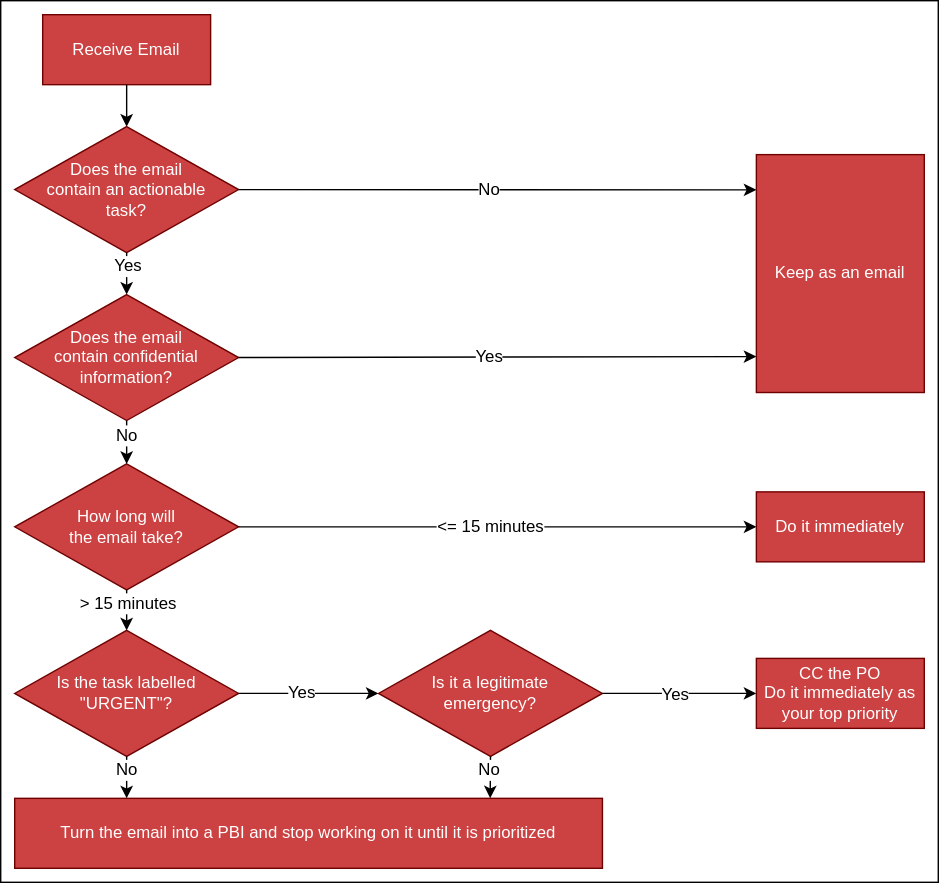
Above: rules/turn-emails-into-pbis/urgent-flowchart.drawio.svg in SSWConsulting/SSW.Rules.Content (draw.io), before the change. Source tidied: cells renumbered, new cells last; positions are measured from the earlier drawing's top-left corner, leaving out a move shared by most shapes.
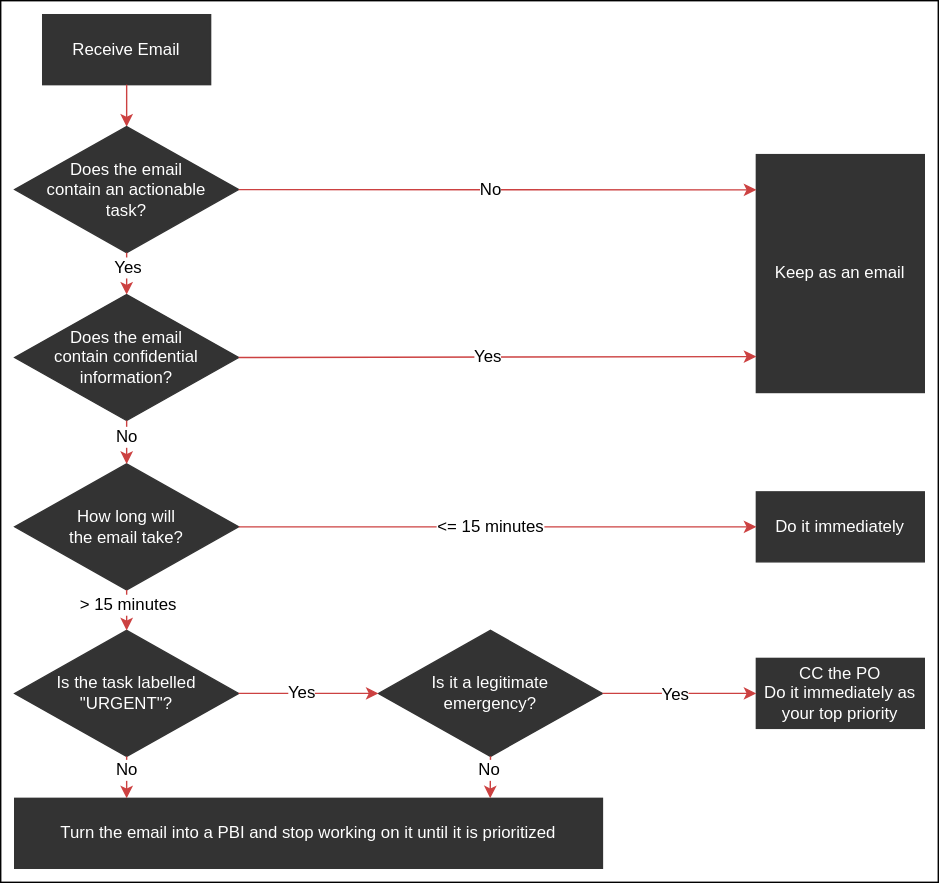
After the change.

Commit message:
Improves flowchart colors.

The edit, as a diff of the source:
```diff
@@ -5,16 +5,16 @@
     <mxCell id="2" style="rounded=0;whiteSpace=wrap;html=1;" parent="1" vertex="1">
       <mxGeometry width="670" height="630" as="geometry" />
     </mxCell>
-    <mxCell id="3" value="Receive Email" style="rounded=0;whiteSpace=wrap;html=1;fillColor=#CC4141;fontColor=#ffffff;strokeColor=#6F0000;" parent="1" vertex="1">
+    <mxCell id="3" value="Receive Email" style="rounded=0;whiteSpace=wrap;html=1;fillColor=#333333;fontColor=#ffffff;strokeColor=#333333;" parent="1" vertex="1">
       <mxGeometry x="30" y="10" width="120" height="50" as="geometry" />
     </mxCell>
-    <mxCell id="4" value="How long will&lt;br&gt;the email take?" style="rhombus;whiteSpace=wrap;html=1;fillColor=#CC4141;fontColor=#ffffff;strokeColor=#6F0000;" parent="1" vertex="1">
+    <mxCell id="4" value="How long will&lt;br&gt;the email take?" style="rhombus;whiteSpace=wrap;html=1;fillColor=#333333;fontColor=#ffffff;strokeColor=#333333;" parent="1" vertex="1">
       <mxGeometry x="10" y="331" width="160" height="90" as="geometry" />
     </mxCell>
-    <mxCell id="5" value="Do it immediately" style="rounded=0;whiteSpace=wrap;html=1;fillColor=#CC4141;fontColor=#ffffff;strokeColor=#6F0000;" parent="1" vertex="1">
+    <mxCell id="5" value="Do it immediately" style="rounded=0;whiteSpace=wrap;html=1;fillColor=#333333;fontColor=#ffffff;strokeColor=#333333;" parent="1" vertex="1">
       <mxGeometry x="540" y="351" width="120" height="50" as="geometry" />
     </mxCell>
-    <mxCell id="6" style="endArrow=classic;html=1;exitX=1;exitY=0.5;exitDx=0;exitDy=0;entryX=0;entryY=0.5;entryDx=0;entryDy=0;" parent="1" edge="1" source="4" target="5">
+    <mxCell id="6" style="endArrow=classic;html=1;exitX=1;exitY=0.5;exitDx=0;exitDy=0;entryX=0;entryY=0.5;entryDx=0;entryDy=0;strokeColor=#CC4141;" parent="1" edge="1" source="4" target="5">
       <mxGeometry relative="1" as="geometry" />
     </mxCell>
     <mxCell id="7" value="&amp;lt;= 15 minutes" style="edgeLabel;html=1;align=center;verticalAlign=middle;fontSize=12;" parent="6" vertex="1">
@@ -22,13 +22,13 @@
         <mxPoint x="-62" y="3" as="offset" />
       </mxGeometry>
     </mxCell>
-    <mxCell id="8" style="endArrow=classic;html=1;exitX=0.5;exitY=1;exitDx=0;exitDy=0;entryX=0.5;entryY=0;entryDx=0;entryDy=0;" parent="1" edge="1" source="3" target="24">
+    <mxCell id="8" style="endArrow=classic;html=1;exitX=0.5;exitY=1;exitDx=0;exitDy=0;entryX=0.5;entryY=0;entryDx=0;entryDy=0;strokeColor=#CC4141;" parent="1" edge="1" source="3" target="24">
       <mxGeometry relative="1" as="geometry" />
     </mxCell>
-    <mxCell id="9" value="Is the task labelled&lt;br&gt;&quot;URGENT&quot;?" style="rhombus;whiteSpace=wrap;html=1;fillColor=#CC4141;fontColor=#ffffff;strokeColor=#6F0000;" parent="1" vertex="1">
+    <mxCell id="9" value="Is the task labelled&lt;br&gt;&quot;URGENT&quot;?" style="rhombus;whiteSpace=wrap;html=1;fillColor=#333333;fontColor=#ffffff;strokeColor=#333333;" parent="1" vertex="1">
       <mxGeometry x="10" y="450" width="160" height="90" as="geometry" />
     </mxCell>
-    <mxCell id="10" style="endArrow=classic;html=1;entryX=0.5;entryY=0;entryDx=0;entryDy=0;exitX=0.5;exitY=1;exitDx=0;exitDy=0;" parent="1" edge="1" source="4" target="9">
+    <mxCell id="10" style="endArrow=classic;html=1;entryX=0.5;entryY=0;entryDx=0;entryDy=0;exitX=0.5;exitY=1;exitDx=0;exitDy=0;strokeColor=#CC4141;" parent="1" edge="1" source="4" target="9">
       <mxGeometry relative="1" as="geometry" />
     </mxCell>
     <mxCell id="11" value="&amp;gt; 15 minutes" style="edgeLabel;html=1;align=center;verticalAlign=middle;fontSize=12;" parent="10" vertex="1">
@@ -36,10 +36,10 @@
         <mxPoint y="-12" as="offset" />
       </mxGeometry>
     </mxCell>
-    <mxCell id="12" value="Is it a legitimate&lt;br&gt;emergency?" style="rhombus;whiteSpace=wrap;html=1;fillColor=#CC4141;fontColor=#ffffff;strokeColor=#6F0000;" parent="1" vertex="1">
+    <mxCell id="12" value="Is it a legitimate&lt;br&gt;emergency?" style="rhombus;whiteSpace=wrap;html=1;fillColor=#333333;fontColor=#ffffff;strokeColor=#333333;" parent="1" vertex="1">
       <mxGeometry x="270" y="450" width="160" height="90" as="geometry" />
     </mxCell>
-    <mxCell id="13" style="endArrow=classic;html=1;exitX=1;exitY=0.5;exitDx=0;exitDy=0;entryX=0;entryY=0.5;entryDx=0;entryDy=0;" parent="1" edge="1" source="9" target="12">
+    <mxCell id="13" style="endArrow=classic;html=1;exitX=1;exitY=0.5;exitDx=0;exitDy=0;entryX=0;entryY=0.5;entryDx=0;entryDy=0;strokeColor=#CC4141;" parent="1" edge="1" source="9" target="12">
       <mxGeometry relative="1" as="geometry" />
     </mxCell>
     <mxCell id="14" value="Yes" style="edgeLabel;html=1;align=center;verticalAlign=middle;fontSize=12;" parent="13" vertex="1">
@@ -47,10 +47,10 @@
         <mxPoint x="22" as="offset" />
       </mxGeometry>
     </mxCell>
-    <mxCell id="15" value="CC the PO&lt;br&gt;Do it immediately as your top priority" style="rounded=0;whiteSpace=wrap;html=1;fillColor=#CC4141;fontColor=#ffffff;strokeColor=#6F0000;" parent="1" vertex="1">
+    <mxCell id="15" value="CC the PO&lt;br&gt;Do it immediately as your top priority" style="rounded=0;whiteSpace=wrap;html=1;fillColor=#333333;fontColor=#ffffff;strokeColor=#333333;" parent="1" vertex="1">
       <mxGeometry x="540" y="470" width="120" height="50" as="geometry" />
     </mxCell>
-    <mxCell id="16" style="endArrow=classic;html=1;exitX=1;exitY=0.5;exitDx=0;exitDy=0;entryX=0;entryY=0.5;entryDx=0;entryDy=0;" parent="1" edge="1" source="12" target="15">
+    <mxCell id="16" style="endArrow=classic;html=1;exitX=1;exitY=0.5;exitDx=0;exitDy=0;entryX=0;entryY=0.5;entryDx=0;entryDy=0;strokeColor=#CC4141;" parent="1" edge="1" source="12" target="15">
       <mxGeometry relative="1" as="geometry" />
     </mxCell>
     <mxCell id="17" value="Yes" style="edgeLabel;html=1;align=center;verticalAlign=middle;fontSize=12;" parent="16" vertex="1">
@@ -58,10 +58,10 @@
         <mxPoint x="-29" y="-1" as="offset" />
       </mxGeometry>
     </mxCell>
-    <mxCell id="18" value="Turn the email into a PBI and stop working on it until it is prioritized" style="rounded=0;whiteSpace=wrap;html=1;fillColor=#CC4141;fontColor=#ffffff;strokeColor=#6F0000;" parent="1" vertex="1">
+    <mxCell id="18" value="Turn the email into a PBI and stop working on it until it is prioritized" style="rounded=0;whiteSpace=wrap;html=1;fillColor=#333333;fontColor=#FFFFFF;strokeColor=#333333;" parent="1" vertex="1">
       <mxGeometry x="10" y="570" width="420" height="50" as="geometry" />
     </mxCell>
-    <mxCell id="19" style="endArrow=classic;html=1;exitX=0.5;exitY=1;exitDx=0;exitDy=0;" parent="1" edge="1" source="9">
+    <mxCell id="19" style="endArrow=classic;html=1;exitX=0.5;exitY=1;exitDx=0;exitDy=0;strokeColor=#CC4141;" parent="1" edge="1" source="9">
       <mxGeometry relative="1" as="geometry">
         <mxPoint x="90" y="570" as="targetPoint" />
       </mxGeometry>
@@ -71,7 +71,7 @@
         <mxPoint y="-11" as="offset" />
       </mxGeometry>
     </mxCell>
-    <mxCell id="21" style="endArrow=classic;html=1;exitX=0.5;exitY=1;exitDx=0;exitDy=0;entryX=0.809;entryY=-0.001;entryDx=0;entryDy=0;entryPerimeter=0;" parent="1" edge="1" source="12" target="18">
+    <mxCell id="21" style="endArrow=classic;html=1;exitX=0.5;exitY=1;exitDx=0;exitDy=0;entryX=0.809;entryY=-0.001;entryDx=0;entryDy=0;entryPerimeter=0;strokeColor=#CC4141;" parent="1" edge="1" source="12" target="18">
       <mxGeometry relative="1" as="geometry" />
     </mxCell>
     <mxCell id="22" value="No" style="edgeLabel;html=1;align=center;verticalAlign=middle;fontSize=12;" parent="21" vertex="1">
@@ -79,13 +79,13 @@
         <mxPoint x="-3" y="-12" as="offset" />
       </mxGeometry>
     </mxCell>
-    <mxCell id="23" value="Does the email&lt;br&gt;contain confidential &lt;br&gt;information?" style="rhombus;whiteSpace=wrap;html=1;fillColor=#CC4141;fontColor=#ffffff;strokeColor=#6F0000;" parent="1" vertex="1">
+    <mxCell id="23" value="Does the email&lt;br&gt;contain confidential &lt;br&gt;information?" style="rhombus;whiteSpace=wrap;html=1;fillColor=#333333;fontColor=#ffffff;strokeColor=#333333;" parent="1" vertex="1">
       <mxGeometry x="10" y="210" width="160" height="90" as="geometry" />
     </mxCell>
-    <mxCell id="24" value="Does the email&lt;br&gt;contain an actionable&lt;br&gt;task?" style="rhombus;whiteSpace=wrap;html=1;fillColor=#CC4141;fontColor=#ffffff;strokeColor=#6F0000;" parent="1" vertex="1">
+    <mxCell id="24" value="Does the email&lt;br&gt;contain an actionable&lt;br&gt;task?" style="rhombus;whiteSpace=wrap;html=1;fillColor=#333333;fontColor=#ffffff;strokeColor=#333333;" parent="1" vertex="1">
       <mxGeometry x="10" y="90" width="160" height="90" as="geometry" />
     </mxCell>
-    <mxCell id="25" style="endArrow=classic;html=1;fontSize=12;exitX=0.5;exitY=1;exitDx=0;exitDy=0;entryX=0.5;entryY=0;entryDx=0;entryDy=0;" parent="1" edge="1" source="24" target="23">
+    <mxCell id="25" style="endArrow=classic;html=1;fontSize=12;exitX=0.5;exitY=1;exitDx=0;exitDy=0;entryX=0.5;entryY=0;entryDx=0;entryDy=0;strokeColor=#CC4141;" parent="1" edge="1" source="24" target="23">
       <mxGeometry relative="1" as="geometry" />
     </mxCell>
     <mxCell id="26" value="Yes" style="edgeLabel;html=1;align=center;verticalAlign=middle;fontSize=12;" parent="25" vertex="1">
@@ -93,7 +93,7 @@
         <mxPoint y="2" as="offset" />
       </mxGeometry>
     </mxCell>
-    <mxCell id="27" style="endArrow=classic;html=1;fontSize=12;exitX=0.5;exitY=1;exitDx=0;exitDy=0;entryX=0.5;entryY=0;entryDx=0;entryDy=0;" parent="1" edge="1" source="23" target="4">
+    <mxCell id="27" style="endArrow=classic;html=1;fontSize=12;exitX=0.5;exitY=1;exitDx=0;exitDy=0;entryX=0.5;entryY=0;entryDx=0;entryDy=0;strokeColor=#CC4141;" parent="1" edge="1" source="23" target="4">
       <mxGeometry relative="1" as="geometry" />
     </mxCell>
     <mxCell id="28" value="No" style="edgeLabel;html=1;align=center;verticalAlign=middle;fontSize=12;" parent="27" vertex="1">
@@ -101,10 +101,10 @@
         <mxPoint y="2" as="offset" />
       </mxGeometry>
     </mxCell>
-    <mxCell id="29" value="Keep as an email" style="rounded=0;whiteSpace=wrap;html=1;fillColor=#CC4141;fontColor=#ffffff;strokeColor=#6F0000;" parent="1" vertex="1">
+    <mxCell id="29" value="Keep as an email" style="rounded=0;whiteSpace=wrap;html=1;fillColor=#333333;strokeColor=#333333;fontColor=#FFFFFF;" parent="1" vertex="1">
       <mxGeometry x="540" y="110" width="120" height="170" as="geometry" />
     </mxCell>
-    <mxCell id="30" style="endArrow=classic;html=1;fontSize=12;exitX=1;exitY=0.5;exitDx=0;exitDy=0;entryX=0;entryY=0.849;entryDx=0;entryDy=0;entryPerimeter=0;" parent="1" edge="1" source="23" target="29">
+    <mxCell id="30" style="endArrow=classic;html=1;fontSize=12;exitX=1;exitY=0.5;exitDx=0;exitDy=0;entryX=0;entryY=0.849;entryDx=0;entryDy=0;entryPerimeter=0;strokeColor=#CC4141;" parent="1" edge="1" source="23" target="29">
       <mxGeometry relative="1" as="geometry" />
     </mxCell>
     <mxCell id="31" value="Yes" style="edgeLabel;html=1;align=center;verticalAlign=middle;fontSize=12;" parent="30" vertex="1">
@@ -112,7 +112,7 @@
         <mxPoint x="-23" y="3" as="offset" />
       </mxGeometry>
     </mxCell>
-    <mxCell id="32" style="endArrow=classic;html=1;fontSize=12;exitX=1;exitY=0.5;exitDx=0;exitDy=0;entryX=0;entryY=0.148;entryDx=0;entryDy=0;entryPerimeter=0;" parent="1" edge="1" source="24" target="29">
+    <mxCell id="32" style="endArrow=classic;html=1;fontSize=12;exitX=1;exitY=0.5;exitDx=0;exitDy=0;entryX=0;entryY=0.148;entryDx=0;entryDy=0;entryPerimeter=0;strokeColor=#CC4141;" parent="1" edge="1" source="24" target="29">
       <mxGeometry relative="1" as="geometry" />
     </mxCell>
     <mxCell id="33" value="No" style="edgeLabel;html=1;align=center;verticalAlign=middle;fontSize=12;" parent="32" vertex="1">
```
